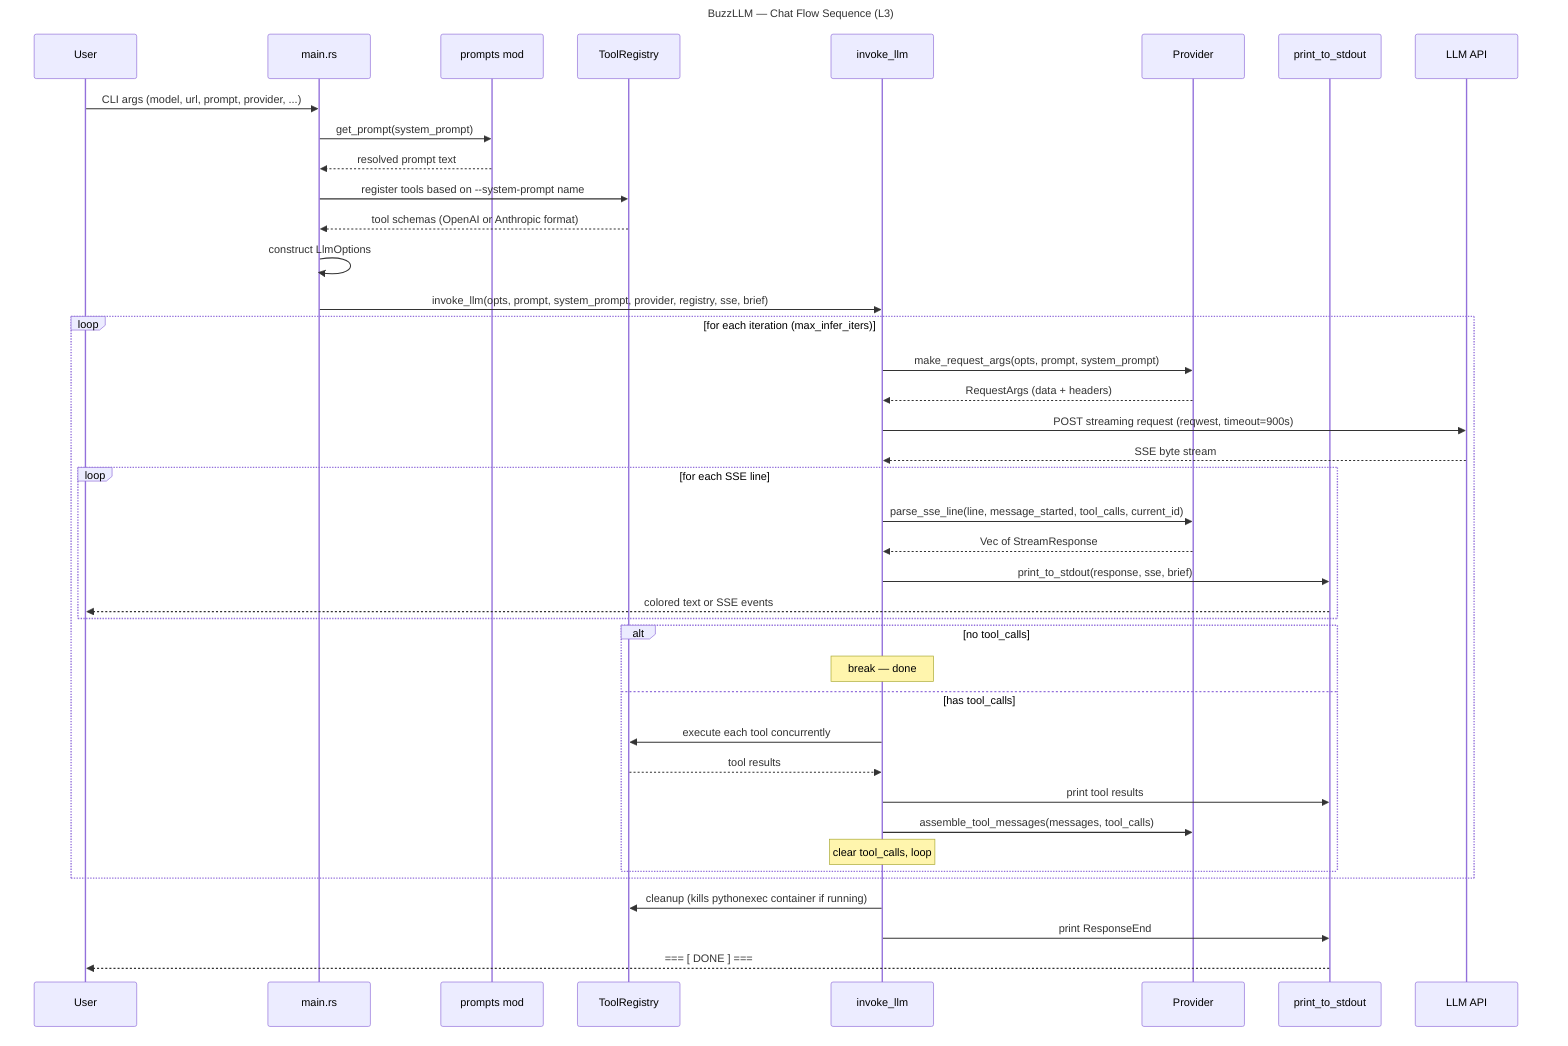
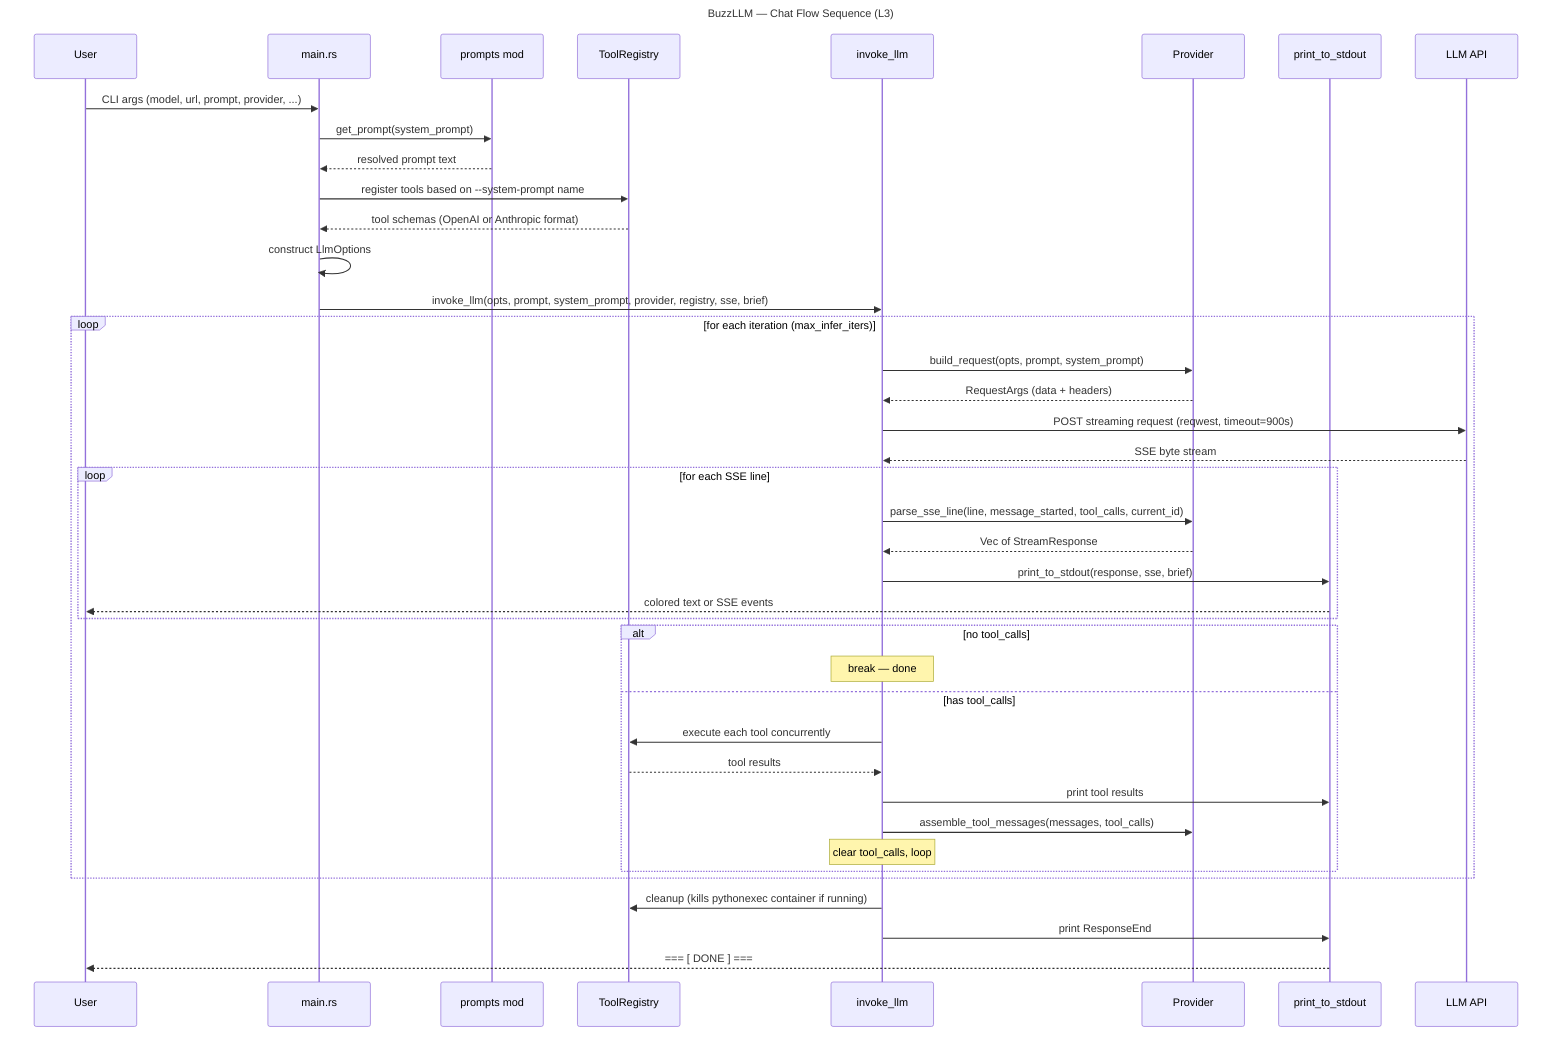
---
title: "BuzzLLM — Chat Flow Sequence (L3)"
---
sequenceDiagram
    participant User
    participant main as main.rs
    participant prompts as prompts mod
    participant registry as ToolRegistry
    participant llm as invoke_llm
    participant provider as Provider
    participant output as print_to_stdout
    participant api as LLM API

    User->>main: CLI args (model, url, prompt, provider, ...)
    main->>prompts: get_prompt(system_prompt)
    prompts-->>main: resolved prompt text

    main->>registry: register tools based on --system-prompt name
    registry-->>main: tool schemas (OpenAI or Anthropic format)

    main->>main: construct LlmOptions
    main->>llm: invoke_llm(opts, prompt, system_prompt, provider, registry, sse, brief)

    loop for each iteration (max_infer_iters)
-         llm->>provider: make_request_args(opts, prompt, system_prompt)
+         llm->>provider: build_request(opts, prompt, system_prompt)
        provider-->>llm: RequestArgs (data + headers)

        llm->>api: POST streaming request (reqwest, timeout=900s)
        api-->>llm: SSE byte stream

        loop for each SSE line
            llm->>provider: parse_sse_line(line, message_started, tool_calls, current_id)
            provider-->>llm: Vec of StreamResponse
            llm->>output: print_to_stdout(response, sse, brief)
            output-->>User: colored text or SSE events
        end

        alt no tool_calls
            Note over llm: break — done
        else has tool_calls
            llm->>registry: execute each tool concurrently
            registry-->>llm: tool results
            llm->>output: print tool results
            llm->>provider: assemble_tool_messages(messages, tool_calls)
            Note over llm: clear tool_calls, loop
        end
    end

    llm->>registry: cleanup (kills pythonexec container if running)
    llm->>output: print ResponseEnd
    output-->>User: === [ DONE ] ===
